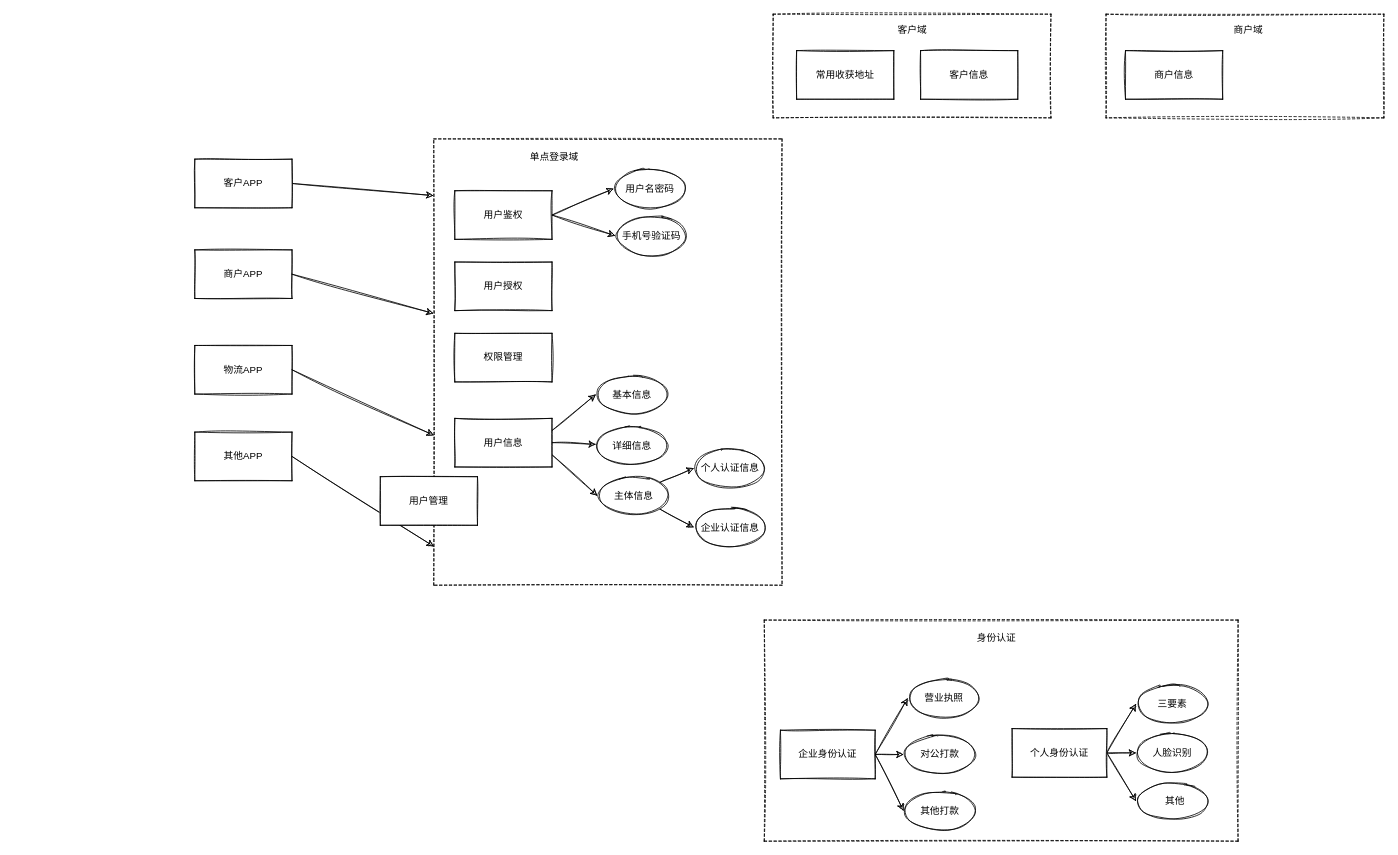
Before: page "业务建模" (2 of 2) of docs/订单系统设计.drawio in lokiworks/codebase, a draw.io diagram. Source tidied: cells renumbered, new cells numbered last; positions are measured from the earlier drawing's top-left corner, leaving out a move shared by most shapes. Both pictures are drawn from the tidied source at 81%, with x=0, y=0 at pixel (194, 14).
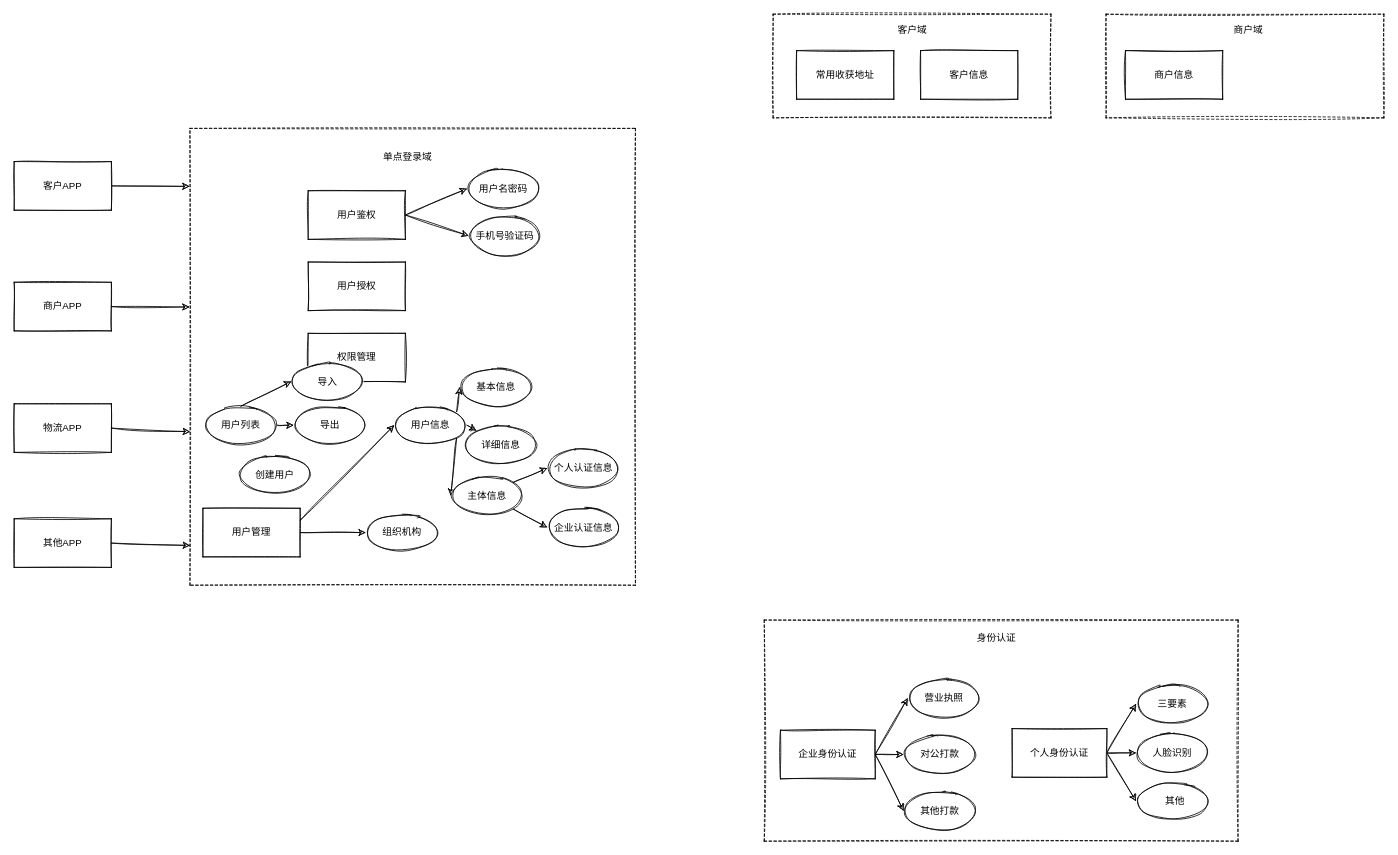
Above is the later version.

Commit message:
Update 订单系统设计.drawio

The edit, as a diff of the source:
```diff
@@
     <mxCell id="25" style="rounded=0;whiteSpace=wrap;html=1;dashed=1;strokeWidth=1;perimeterSpacing=0;sketch=1;" parent="1" vertex="1">
-      <mxGeometry x="295" y="154" width="430" height="551" as="geometry" />
+      <mxGeometry x="-6" y="141" width="550" height="564" as="geometry" />
     </mxCell>
     <mxCell id="26" value="单点登录域" style="text;html=1;strokeColor=none;fillColor=none;align=center;verticalAlign=middle;whiteSpace=wrap;rounded=0;dashed=1;sketch=1;" parent="1" vertex="1">
-      <mxGeometry x="406" y="166" width="76" height="21" as="geometry" />
+      <mxGeometry x="225" y="166" width="76" height="21" as="geometry" />
     </mxCell>
@@
     <mxCell id="28" value="客户APP" style="rounded=0;whiteSpace=wrap;html=1;sketch=1;strokeWidth=1;" parent="1" vertex="1">
-      <mxGeometry y="179" width="120" height="60" as="geometry" />
+      <mxGeometry x="-223" y="182" width="120" height="60" as="geometry" />
     </mxCell>
@@
     <mxCell id="30" value="商户APP" style="rounded=0;whiteSpace=wrap;html=1;sketch=1;strokeWidth=1;" parent="1" vertex="1">
-      <mxGeometry y="291" width="120" height="60" as="geometry" />
+      <mxGeometry x="-223" y="331" width="120" height="60" as="geometry" />
     </mxCell>
@@
     <mxCell id="32" value="物流APP" style="rounded=0;whiteSpace=wrap;html=1;sketch=1;strokeWidth=1;" parent="1" vertex="1">
-      <mxGeometry y="409" width="120" height="60" as="geometry" />
+      <mxGeometry x="-223" y="481" width="120" height="60" as="geometry" />
     </mxCell>
@@
     <mxCell id="34" value="其他APP" style="rounded=0;whiteSpace=wrap;html=1;sketch=1;strokeWidth=1;" parent="1" vertex="1">
-      <mxGeometry y="516" width="120" height="60" as="geometry" />
+      <mxGeometry x="-223" y="623" width="120" height="60" as="geometry" />
     </mxCell>
@@
     <mxCell id="37" value="用户鉴权" style="rounded=0;whiteSpace=wrap;html=1;sketch=1;strokeWidth=1;" parent="1" vertex="1">
-      <mxGeometry x="321" y="218" width="120" height="60" as="geometry" />
+      <mxGeometry x="140" y="218" width="120" height="60" as="geometry" />
     </mxCell>
     <mxCell id="38" value="用户名密码" style="ellipse;whiteSpace=wrap;html=1;sketch=1;" parent="1" vertex="1">
-      <mxGeometry x="517" y="192" width="90" height="47" as="geometry" />
+      <mxGeometry x="336" y="192" width="90" height="47" as="geometry" />
     </mxCell>
     <mxCell id="39" value="手机号验证码" style="ellipse;whiteSpace=wrap;html=1;sketch=1;" parent="1" vertex="1">
-      <mxGeometry x="519" y="250" width="90" height="47" as="geometry" />
+      <mxGeometry x="338" y="250" width="90" height="47" as="geometry" />
     </mxCell>
     <mxCell id="40" value="用户授权" style="rounded=0;whiteSpace=wrap;html=1;sketch=1;strokeWidth=1;" parent="1" vertex="1">
-      <mxGeometry x="321" y="306" width="120" height="60" as="geometry" />
+      <mxGeometry x="140" y="306" width="120" height="60" as="geometry" />
     </mxCell>
     <mxCell id="41" value="权限管理" style="rounded=0;whiteSpace=wrap;html=1;sketch=1;strokeWidth=1;" parent="1" vertex="1">
-      <mxGeometry x="321" y="394" width="120" height="60" as="geometry" />
+      <mxGeometry x="140" y="394" width="120" height="60" as="geometry" />
     </mxCell>
-    <mxCell id="42" style="edgeStyle=none;rounded=0;sketch=1;jettySize=auto;html=1;exitX=1;exitY=0.25;exitDx=0;exitDy=0;entryX=0;entryY=0.5;entryDx=0;entryDy=0;" parent="1" edge="1" source="45" target="46">
+    <mxCell id="42" style="edgeStyle=none;rounded=0;sketch=1;jettySize=auto;html=1;exitX=1;exitY=0;exitDx=0;exitDy=0;entryX=0;entryY=0.5;entryDx=0;entryDy=0;" parent="1" edge="1" source="45" target="46">
       <mxGeometry relative="1" as="geometry" />
     </mxCell>
@@
-    <mxCell id="44" style="edgeStyle=none;rounded=0;sketch=1;jettySize=auto;html=1;exitX=1;exitY=0.75;exitDx=0;exitDy=0;entryX=0;entryY=0.5;entryDx=0;entryDy=0;" parent="1" edge="1" source="45" target="50">
+    <mxCell id="44" style="edgeStyle=none;rounded=0;sketch=1;jettySize=auto;html=1;exitX=1;exitY=1;exitDx=0;exitDy=0;entryX=0;entryY=0.5;entryDx=0;entryDy=0;" parent="1" edge="1" source="45" target="50">
       <mxGeometry relative="1" as="geometry" />
     </mxCell>
-    <mxCell id="45" value="用户信息" style="rounded=0;whiteSpace=wrap;html=1;sketch=1;strokeWidth=1;" parent="1" vertex="1">
-      <mxGeometry x="321" y="499" width="120" height="60" as="geometry" />
-    </mxCell>
     <mxCell id="46" value="基本信息" style="ellipse;whiteSpace=wrap;html=1;sketch=1;" parent="1" vertex="1">
-      <mxGeometry x="495" y="446" width="90" height="47" as="geometry" />
+      <mxGeometry x="327" y="437" width="90" height="47" as="geometry" />
     </mxCell>
     <mxCell id="47" value="详细信息" style="ellipse;whiteSpace=wrap;html=1;sketch=1;" parent="1" vertex="1">
-      <mxGeometry x="495" y="509" width="90" height="47" as="geometry" />
+      <mxGeometry x="333" y="508" width="90" height="47" as="geometry" />
     </mxCell>
@@
     <mxCell id="50" value="主体信息" style="ellipse;whiteSpace=wrap;html=1;sketch=1;" parent="1" vertex="1">
-      <mxGeometry x="497" y="571" width="90" height="47" as="geometry" />
+      <mxGeometry x="316" y="571" width="90" height="47" as="geometry" />
     </mxCell>
     <mxCell id="51" value="个人认证信息" style="ellipse;whiteSpace=wrap;html=1;sketch=1;" parent="1" vertex="1">
-      <mxGeometry x="616" y="537" width="90" height="47" as="geometry" />
+      <mxGeometry x="435" y="537" width="90" height="47" as="geometry" />
     </mxCell>
     <mxCell id="52" value="企业认证信息" style="ellipse;whiteSpace=wrap;html=1;sketch=1;" parent="1" vertex="1">
-      <mxGeometry x="616" y="610" width="90" height="47" as="geometry" />
+      <mxGeometry x="435" y="610" width="90" height="47" as="geometry" />
     </mxCell>
+    <mxCell id="54" style="edgeStyle=none;rounded=0;sketch=1;jettySize=auto;html=1;exitX=1;exitY=0.25;exitDx=0;exitDy=0;entryX=0;entryY=0.5;entryDx=0;entryDy=0;" parent="1" edge="1" source="53" target="45">
+      <mxGeometry relative="1" as="geometry" />
+    </mxCell>
+    <mxCell id="55" style="edgeStyle=none;rounded=0;sketch=1;jettySize=auto;html=1;exitX=1;exitY=0.5;exitDx=0;exitDy=0;entryX=0;entryY=0.5;entryDx=0;entryDy=0;" parent="1" edge="1" source="53" target="56">
+      <mxGeometry relative="1" as="geometry" />
+    </mxCell>
     <mxCell id="53" value="用户管理" style="rounded=0;whiteSpace=wrap;html=1;sketch=1;strokeWidth=1;" parent="1" vertex="1">
-      <mxGeometry x="229" y="571" width="120" height="60" as="geometry" />
+      <mxGeometry x="10" y="610" width="120" height="60" as="geometry" />
     </mxCell>
+    <mxCell id="45" value="用户信息" style="ellipse;whiteSpace=wrap;html=1;sketch=1;" parent="1" vertex="1">
+      <mxGeometry x="246" y="484" width="90" height="47" as="geometry" />
+    </mxCell>
+    <mxCell id="56" value="组织机构" style="ellipse;whiteSpace=wrap;html=1;sketch=1;" parent="1" vertex="1">
+      <mxGeometry x="211" y="616.5" width="90" height="47" as="geometry" />
+    </mxCell>
+    <mxCell id="57" style="edgeStyle=none;rounded=0;sketch=1;jettySize=auto;html=1;exitX=0.5;exitY=0;exitDx=0;exitDy=0;entryX=0;entryY=0.5;entryDx=0;entryDy=0;" parent="1" edge="1" source="59" target="60">
+      <mxGeometry relative="1" as="geometry" />
+    </mxCell>
+    <mxCell id="58" style="edgeStyle=none;rounded=0;sketch=1;jettySize=auto;html=1;entryX=0;entryY=0.5;entryDx=0;entryDy=0;" parent="1" edge="1" source="59" target="61">
+      <mxGeometry relative="1" as="geometry" />
+    </mxCell>
+    <mxCell id="59" value="用户列表" style="ellipse;whiteSpace=wrap;html=1;sketch=1;" parent="1" vertex="1">
+      <mxGeometry x="12" y="484" width="90" height="47" as="geometry" />
+    </mxCell>
+    <mxCell id="60" value="导入" style="ellipse;whiteSpace=wrap;html=1;sketch=1;" parent="1" vertex="1">
+      <mxGeometry x="119" y="430" width="90" height="47" as="geometry" />
+    </mxCell>
+    <mxCell id="61" value="导出" style="ellipse;whiteSpace=wrap;html=1;sketch=1;" parent="1" vertex="1">
+      <mxGeometry x="122" y="484" width="90" height="47" as="geometry" />
+    </mxCell>
+    <mxCell id="62" value="创建用户" style="ellipse;whiteSpace=wrap;html=1;sketch=1;" parent="1" vertex="1">
+      <mxGeometry x="54" y="545" width="90" height="47" as="geometry" />
+    </mxCell>
```
